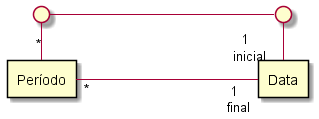
Before: Imagens/modelos-03/mod03ima09/mod03ima09.png, a diagram exported from PlantUML (kyriosdata/oo).
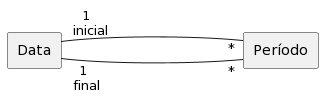
After the change.

What changed in the source:
```diff
@@ -1,11 +1,8 @@
-@startuml mod03ima05
+@startuml
 rectangle "Período" as pe
 rectangle "Data" as da
-circle " " as p1
-circle " " as p2
+
 left to right direction
-pe "*"----"1 \n final" da
-pe "*"-left- p1
-p1 ---- p2
-p2 -right- "1 \n inicial" da
+da "1 \n final" ---- "*" pe
+da "1 \n inicial" ---- "*" pe
 @enduml
```
